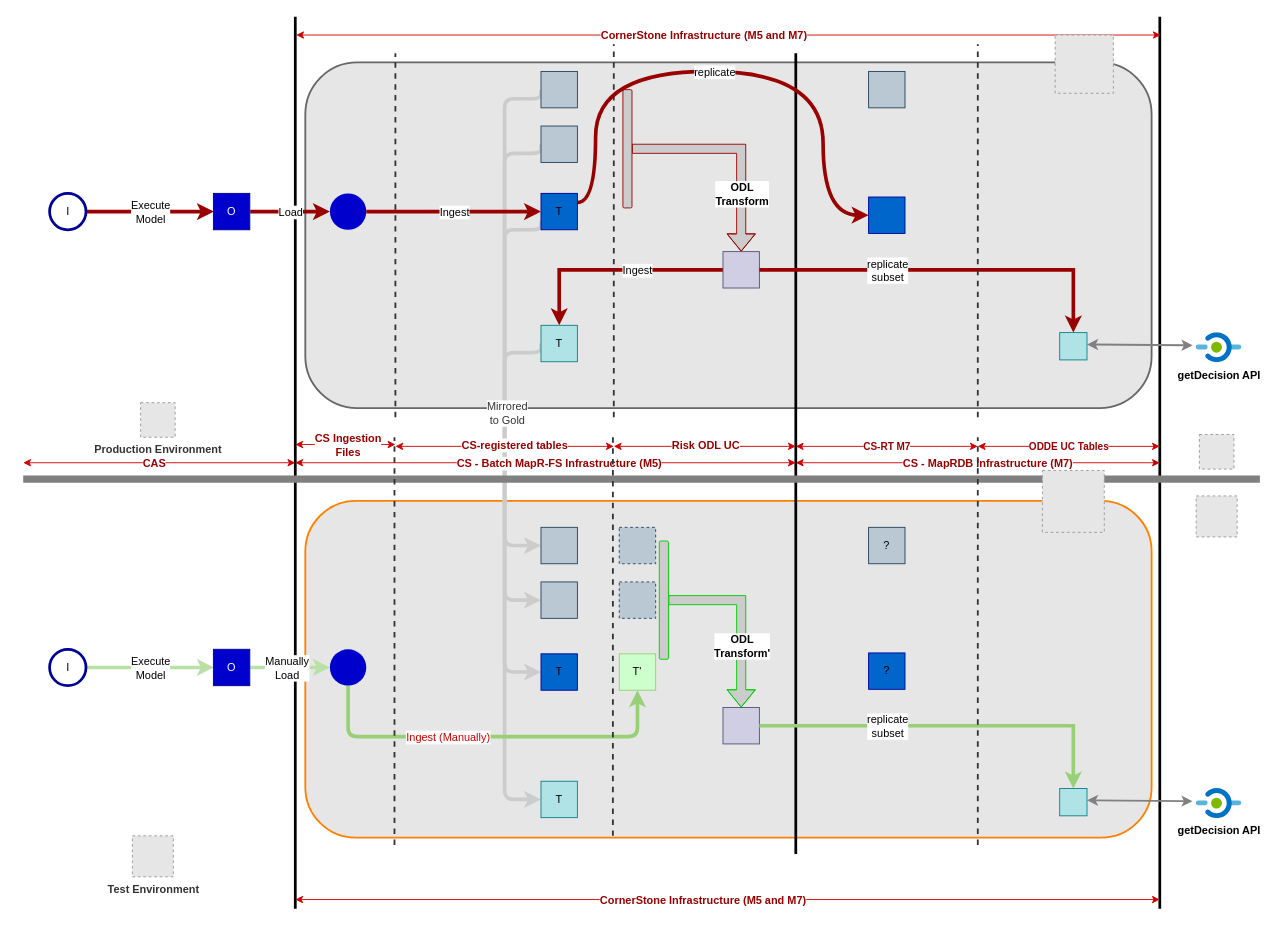
Before: DataflowCS.drawio in gaurjain/drawio, a draw.io diagram. Source tidied: cells renumbered, new cells numbered last; positions are measured from the earlier drawing's top-left corner, leaving out a move shared by most shapes. Both pictures are drawn from the tidied source at 91%, with x=0, y=0 at pixel (23, 16). Pictures stored in the file or linked from it are replaced by grey dashed boxes.
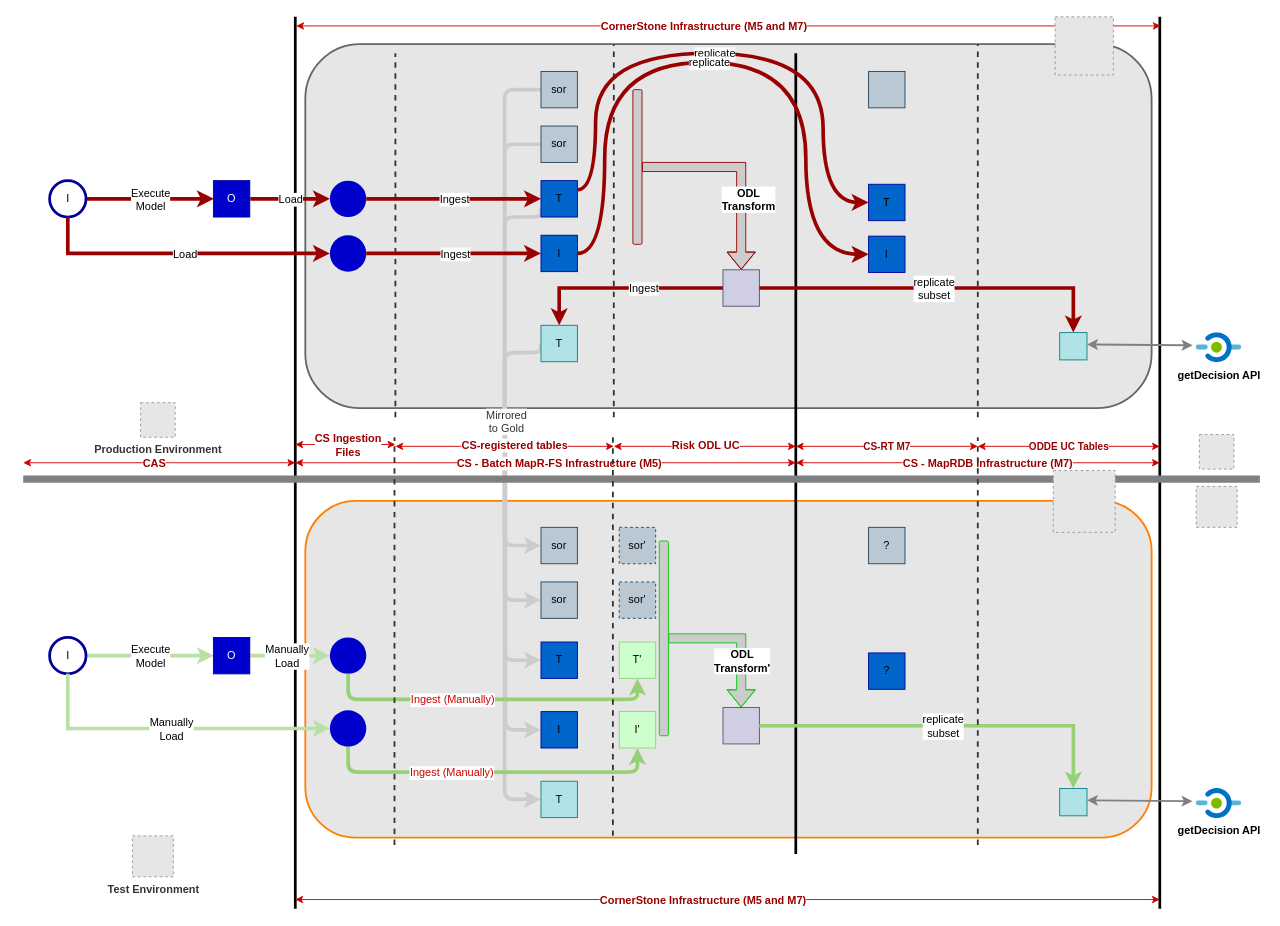
Above is the later version.

The change refers to these unchanged cells:
```xml
<mxCell id="13" style="edgeStyle=orthogonalEdgeStyle;curved=1;rounded=0;jettySize=auto;html=1;strokeColor=#990000;strokeWidth=1;shape=flexArrow;exitX=1;exitY=0.5;exitDx=0;exitDy=0;fillColor=#CCCCCC;" parent="1" edge="1" source="9" target="18">
  <mxGeometry relative="1" as="geometry" />
</mxCell>
<mxCell id="19" style="rounded=0;jettySize=auto;html=1;strokeColor=#990000;strokeWidth=4;edgeStyle=orthogonalEdgeStyle;exitX=1;exitY=0.5;exitDx=0;exitDy=0;" parent="1" edge="1" source="18" target="23">
  <mxGeometry relative="1" as="geometry" />
</mxCell>
<mxCell id="57" style="whiteSpace=wrap;html=1;strokeColor=#56517e;fillColor=#d0cee2;" parent="1" vertex="1">
  <mxGeometry x="769" y="759" width="40" height="40" as="geometry" />
</mxCell>
<mxCell id="58" style="rounded=0;jettySize=auto;html=1;strokeColor=#97D077;strokeWidth=4;edgeStyle=orthogonalEdgeStyle;exitX=1;exitY=0.5;exitDx=0;exitDy=0;" parent="1" edge="1" source="57" target="62">
  <mxGeometry relative="1" as="geometry" />
</mxCell>
```

Diff of the diagram source:
```diff
@@
+    <mxCell id="98" style="endArrow=classic;html=1;strokeColor=#CCCCCC;strokeWidth=4;fillColor=#B3B3B3;fontColor=#CC0000;exitX=0;exitY=0.75;exitDx=0;exitDy=0;entryX=0;entryY=0.5;entryDx=0;entryDy=0;edgeStyle=orthogonalEdgeStyle;" parent="1" edge="1" source="99" target="111">
+      <mxGeometry relative="1" as="geometry">
+        <Array as="points">
+          <mxPoint x="530" y="270" />
+          <mxPoint x="530" y="784" />
+        </Array>
+      </mxGeometry>
+    </mxCell>
     <mxCell id="3" style="rounded=1;whiteSpace=wrap;html=1;strokeColor=#666666;fillColor=#E6E6E6;strokeWidth=2;" parent="1" vertex="1">
-      <mxGeometry x="310" y="50" width="930" height="380" as="geometry" />
+      <mxGeometry x="310" y="30" width="930" height="400" as="geometry" />
     </mxCell>
@@
     <mxCell id="5" style="endArrow=classic;html=1;strokeColor=#CCCCCC;strokeWidth=4;fillColor=#B3B3B3;fontColor=#CC0000;exitX=0;exitY=0.75;exitDx=0;exitDy=0;entryX=0;entryY=0.5;entryDx=0;entryDy=0;edgeStyle=orthogonalEdgeStyle;" parent="1" edge="1" source="15" target="74">
       <mxGeometry relative="1" as="geometry">
         <Array as="points">
-          <mxPoint x="529" y="234" />
-          <mxPoint x="529" y="720" />
+          <mxPoint x="569" y="220" />
+          <mxPoint x="529" y="220" />
+          <mxPoint x="529" y="707" />
         </Array>
       </mxGeometry>
     </mxCell>
     <mxCell id="6" style="endArrow=classic;html=1;strokeColor=#CCCCCC;strokeWidth=4;fillColor=#B3B3B3;fontColor=#CC0000;exitX=0;exitY=0.5;exitDx=0;exitDy=0;entryX=0;entryY=0.5;entryDx=0;entryDy=0;edgeStyle=orthogonalEdgeStyle;" parent="1" edge="1" source="31" target="69">
       <mxGeometry relative="1" as="geometry">
         <Array as="points">
-          <mxPoint x="529" y="150" />
+          <mxPoint x="529" y="140" />
           <mxPoint x="529" y="641" />
         </Array>
       </mxGeometry>
     </mxCell>
     <mxCell id="7" style="endArrow=classic;html=1;strokeColor=#CCCCCC;strokeWidth=4;fillColor=#B3B3B3;fontColor=#CC0000;exitX=0;exitY=0.5;exitDx=0;exitDy=0;entryX=0;entryY=0.5;entryDx=0;entryDy=0;edgeStyle=orthogonalEdgeStyle;" parent="1" edge="1" source="32" target="70">
       <mxGeometry relative="1" as="geometry">
         <Array as="points">
-          <mxPoint x="529" y="90" />
+          <mxPoint x="529" y="80" />
           <mxPoint x="529" y="581" />
         </Array>
       </mxGeometry>
     </mxCell>
     <mxCell id="8" value="&lt;span style=&quot;font-weight: normal&quot;&gt;Mirrored &lt;br&gt;to Gold&lt;/span&gt;" style="text;html=1;align=center;verticalAlign=middle;labelBackgroundColor=#ffffff;fontColor=#333333;fontStyle=1;" parent="7" vertex="1">
-      <mxGeometry x="0.36" y="2" relative="1" as="geometry" />
+      <mxGeometry x="0.36" y="2" relative="1" as="geometry">
+        <mxPoint x="-1" y="9" as="offset" />
+      </mxGeometry>
     </mxCell>
-    <mxCell id="9" style="rounded=1;whiteSpace=wrap;html=1;strokeColor=#990000;fillColor=#CCCCCC;strokeWidth=1;" parent="1" vertex="1">
-      <mxGeometry x="659" y="80" width="10" height="130" as="geometry" />
-    </mxCell>
@@
     <mxCell id="14" value="&lt;b&gt;ODL &lt;br&gt;Transform&lt;/b&gt;" style="text;html=1;align=center;verticalAlign=middle;labelBackgroundColor=#ffffff;" parent="13" vertex="1">
       <mxGeometry x="-0.3" y="-2" relative="1" as="geometry">
-        <mxPoint x="38" y="47" as="offset" />
+        <mxPoint x="38" y="33" as="offset" />
       </mxGeometry>
     </mxCell>
     <mxCell id="15" value="T" style="whiteSpace=wrap;html=1;strokeColor=#000099;fillColor=#0066CC;verticalAlign=middle;" parent="1" vertex="1">
-      <mxGeometry x="569" y="194" width="40" height="40" as="geometry" />
+      <mxGeometry x="569" y="180" width="40" height="40" as="geometry" />
     </mxCell>
@@
     <mxCell id="18" style="whiteSpace=wrap;html=1;strokeColor=#56517e;fillColor=#d0cee2;" parent="1" vertex="1">
-      <mxGeometry x="769" y="258" width="40" height="40" as="geometry" />
+      <mxGeometry x="769" y="278" width="40" height="40" as="geometry" />
     </mxCell>
@@
     <mxCell id="20" value="replicate &lt;br&gt;subset" style="text;html=1;align=center;verticalAlign=middle;labelBackgroundColor=#ffffff;" parent="19" vertex="1">
       <mxGeometry x="-0.3" y="-1" relative="1" as="geometry">
-        <mxPoint x="-5" y="-1" as="offset" />
+        <mxPoint x="53" y="-1" as="offset" />
       </mxGeometry>
     </mxCell>
@@
     <mxCell id="24" style="rounded=0;jettySize=auto;html=1;entryX=0;entryY=0.5;entryDx=0;entryDy=0;exitX=1;exitY=0.5;exitDx=0;exitDy=0;strokeColor=#990000;strokeWidth=4;verticalAlign=middle;" parent="1" edge="1" source="26">
       <mxGeometry relative="1" as="geometry">
-        <mxPoint x="209.5" y="214" as="targetPoint" />
+        <mxPoint x="209.5" y="200" as="targetPoint" />
       </mxGeometry>
     </mxCell>
@@
     <mxCell id="26" value="I" style="shape=ellipse;fillColor=none;strokeColor=#000099;html=1;verticalAlign=middle;strokeWidth=3;" parent="1" vertex="1">
-      <mxGeometry x="29" y="194" width="40" height="40" as="geometry" />
+      <mxGeometry x="29" y="180" width="40" height="40" as="geometry" />
     </mxCell>
     <mxCell id="27" style="shape=ellipse;fillColor=#0000CC;strokeColor=none;html=1;verticalAlign=middle;" parent="1" vertex="1">
-      <mxGeometry x="337" y="194" width="40" height="40" as="geometry" />
+      <mxGeometry x="337" y="180" width="40" height="40" as="geometry" />
     </mxCell>
@@
     <mxCell id="29" style="rounded=0;jettySize=auto;html=1;entryX=0;entryY=0.5;entryDx=0;entryDy=0;exitX=1;exitY=0.5;exitDx=0;exitDy=0;strokeColor=#990000;strokeWidth=4;verticalAlign=middle;fillColor=#0000CC;" parent="1" edge="1" target="27">
       <mxGeometry relative="1" as="geometry">
-        <mxPoint x="249.5" y="214" as="sourcePoint" />
+        <mxPoint x="249.5" y="200" as="sourcePoint" />
       </mxGeometry>
     </mxCell>
@@
-    <mxCell id="31" style="whiteSpace=wrap;html=1;strokeColor=#23445d;fillColor=#bac8d3;" parent="1" vertex="1">
+    <mxCell id="31" value="sor" style="whiteSpace=wrap;html=1;strokeColor=#23445d;fillColor=#bac8d3;" parent="1" vertex="1">
       <mxGeometry x="569" y="120" width="40" height="40" as="geometry" />
     </mxCell>
-    <mxCell id="32" style="whiteSpace=wrap;html=1;strokeColor=#23445d;fillColor=#bac8d3;" parent="1" vertex="1">
+    <mxCell id="32" value="sor" style="whiteSpace=wrap;html=1;strokeColor=#23445d;fillColor=#bac8d3;" parent="1" vertex="1">
       <mxGeometry x="569" y="60" width="40" height="40" as="geometry" />
     </mxCell>
@@
-    <mxCell id="48" style="whiteSpace=wrap;html=1;strokeColor=#000099;fillColor=#0066CC;" parent="1" vertex="1">
-      <mxGeometry x="929" y="198" width="40" height="40" as="geometry" />
+    <mxCell id="48" value="T" style="whiteSpace=wrap;html=1;strokeColor=#000099;fillColor=#0066CC;" parent="1" vertex="1">
+      <mxGeometry x="929" y="184" width="40" height="40" as="geometry" />
     </mxCell>
     <mxCell id="49" style="edgeStyle=orthogonalEdgeStyle;curved=1;rounded=0;jettySize=auto;html=1;strokeColor=#990000;strokeWidth=4;entryX=0;entryY=0.5;entryDx=0;entryDy=0;exitX=1;exitY=0.25;exitDx=0;exitDy=0;" parent="1" edge="1" source="15" target="48">
       <mxGeometry relative="1" as="geometry">
         <Array as="points">
-          <mxPoint x="629" y="204" />
-          <mxPoint x="629" y="60" />
-          <mxPoint x="879" y="60" />
-          <mxPoint x="879" y="218" />
+          <mxPoint x="629" y="190" />
+          <mxPoint x="629" y="40" />
+          <mxPoint x="879" y="40" />
+          <mxPoint x="879" y="204" />
         </Array>
       </mxGeometry>
     </mxCell>
@@
     <mxCell id="53" style="rounded=1;whiteSpace=wrap;html=1;strokeColor=#00CC00;fillColor=#CCCCCC;strokeWidth=1;" parent="1" vertex="1">
-      <mxGeometry x="699" y="576" width="10" height="130" as="geometry" />
+      <mxGeometry x="699" y="576" width="10" height="214" as="geometry" />
     </mxCell>
     <mxCell id="54" style="edgeStyle=orthogonalEdgeStyle;curved=1;rounded=0;jettySize=auto;html=1;strokeColor=#00CC00;strokeWidth=1;shape=flexArrow;exitX=1;exitY=0.5;exitDx=0;exitDy=0;fillColor=#CCCCCC;" parent="1" edge="1" source="53" target="57">
-      <mxGeometry relative="1" as="geometry" />
+      <mxGeometry relative="1" as="geometry">
+        <Array as="points">
+          <mxPoint x="789" y="683" />
+        </Array>
+      </mxGeometry>
     </mxCell>
     <mxCell id="55" value="&lt;b&gt;ODL &lt;br&gt;Transform'&lt;/b&gt;" style="text;html=1;align=center;verticalAlign=middle;labelBackgroundColor=#ffffff;" parent="54" vertex="1">
       <mxGeometry x="-0.3" y="-2" relative="1" as="geometry">
-        <mxPoint x="11" y="48" as="offset" />
+        <mxPoint x="25" y="22" as="offset" />
       </mxGeometry>
     </mxCell>
     <mxCell id="56" value="T'" style="whiteSpace=wrap;html=1;strokeColor=#97D077;fillColor=#CCFFCC;verticalAlign=middle;" parent="1" vertex="1">
-      <mxGeometry x="655" y="700" width="40" height="40" as="geometry" />
+      <mxGeometry x="655" y="687" width="40" height="40" as="geometry" />
     </mxCell>
@@
     <mxCell id="59" value="replicate &lt;br&gt;subset" style="text;html=1;align=center;verticalAlign=middle;labelBackgroundColor=#ffffff;" parent="58" vertex="1">
       <mxGeometry x="-0.3" y="-1" relative="1" as="geometry">
-        <mxPoint x="-5" y="-1" as="offset" />
+        <mxPoint x="56" y="-1" as="offset" />
       </mxGeometry>
     </mxCell>
@@
     <mxCell id="63" style="rounded=0;jettySize=auto;html=1;entryX=0;entryY=0.5;entryDx=0;entryDy=0;exitX=1;exitY=0.5;exitDx=0;exitDy=0;strokeColor=#B9E0A5;strokeWidth=4;verticalAlign=middle;" parent="1" edge="1" source="65">
       <mxGeometry relative="1" as="geometry">
-        <mxPoint x="209.5" y="715" as="targetPoint" />
+        <mxPoint x="209.5" y="702" as="targetPoint" />
       </mxGeometry>
     </mxCell>
@@
     <mxCell id="65" value="I" style="shape=ellipse;fillColor=none;strokeColor=#000099;html=1;verticalAlign=middle;strokeWidth=3;" parent="1" vertex="1">
-      <mxGeometry x="29" y="695" width="40" height="40" as="geometry" />
+      <mxGeometry x="29" y="682" width="40" height="40" as="geometry" />
     </mxCell>
     <mxCell id="66" style="shape=ellipse;fillColor=#0000CC;strokeColor=none;html=1;verticalAlign=middle;" parent="1" vertex="1">
-      <mxGeometry x="337" y="695" width="40" height="40" as="geometry" />
+      <mxGeometry x="337" y="682" width="40" height="40" as="geometry" />
     </mxCell>
     <mxCell id="67" style="rounded=0;jettySize=auto;html=1;entryX=0;entryY=0.5;entryDx=0;entryDy=0;exitX=1;exitY=0.5;exitDx=0;exitDy=0;strokeColor=#B9E0A5;strokeWidth=4;verticalAlign=middle;fillColor=#0000CC;" parent="1" edge="1" target="66">
       <mxGeometry relative="1" as="geometry">
-        <mxPoint x="249.5" y="715" as="sourcePoint" />
+        <mxPoint x="249.5" y="702" as="sourcePoint" />
       </mxGeometry>
     </mxCell>
@@
-    <mxCell id="69" style="whiteSpace=wrap;html=1;strokeColor=#23445d;fillColor=#bac8d3;" parent="1" vertex="1">
+    <mxCell id="69" value="sor" style="whiteSpace=wrap;html=1;strokeColor=#23445d;fillColor=#bac8d3;" parent="1" vertex="1">
       <mxGeometry x="569" y="621" width="40" height="40" as="geometry" />
     </mxCell>
-    <mxCell id="70" style="whiteSpace=wrap;html=1;strokeColor=#23445d;fillColor=#bac8d3;" parent="1" vertex="1">
+    <mxCell id="70" value="sor" style="whiteSpace=wrap;html=1;strokeColor=#23445d;fillColor=#bac8d3;" parent="1" vertex="1">
       <mxGeometry x="569" y="561" width="40" height="40" as="geometry" />
     </mxCell>
@@
     <mxCell id="74" value="T" style="whiteSpace=wrap;html=1;strokeColor=#000099;fillColor=#0066CC;verticalAlign=middle;" parent="1" vertex="1">
-      <mxGeometry x="569" y="700" width="40" height="40" as="geometry" />
+      <mxGeometry x="569" y="687" width="40" height="40" as="geometry" />
     </mxCell>
     <mxCell id="75" style="endArrow=classic;html=1;strokeColor=#97D077;strokeWidth=4;fillColor=#B3B3B3;fontColor=#CC0000;exitX=0.5;exitY=1;exitDx=0;exitDy=0;entryX=0.5;entryY=1;entryDx=0;entryDy=0;edgeStyle=orthogonalEdgeStyle;" parent="1" edge="1" source="66" target="56">
       <mxGeometry relative="1" as="geometry">
         <Array as="points">
-          <mxPoint x="357" y="791" />
-          <mxPoint x="675" y="791" />
+          <mxPoint x="357" y="750" />
+          <mxPoint x="675" y="750" />
         </Array>
       </mxGeometry>
     </mxCell>
@@
     <mxCell id="79" style="fillColor=#E6E6E6;strokeColor=#999999;dashed=1;html=1;verticalAlign=top;verticalLabelPosition=bottom;labelBackgroundColor=#ffffff;fontColor=#CC0000;" parent="1" vertex="1">
-      <mxGeometry x="1120" y="498.5" width="68" height="68" as="geometry" />
+      <mxGeometry x="1132" y="498.5" width="68" height="68" as="geometry" />
     </mxCell>
@@
     <mxCell id="84" value="O" style="whiteSpace=wrap;html=1;strokeColor=#000099;fillColor=#0000CC;verticalAlign=middle;fontColor=#FFFFFF;" parent="1" vertex="1">
-      <mxGeometry x="209" y="194" width="40" height="40" as="geometry" />
+      <mxGeometry x="209" y="180" width="40" height="40" as="geometry" />
     </mxCell>
     <mxCell id="85" value="O" style="whiteSpace=wrap;html=1;strokeColor=#000099;fillColor=#0000CC;verticalAlign=middle;fontColor=#FFFFFF;" parent="1" vertex="1">
-      <mxGeometry x="209" y="695" width="40" height="40" as="geometry" />
+      <mxGeometry x="209" y="682" width="40" height="40" as="geometry" />
     </mxCell>
@@
     <mxCell id="89" style="fillColor=#E6E6E6;strokeColor=#999999;dashed=1;html=1;verticalAlign=top;verticalLabelPosition=bottom;labelBackgroundColor=#ffffff;fontColor=#333333;fontStyle=1;" parent="1" vertex="1">
-      <mxGeometry x="1289" y="526.5" width="45" height="45" as="geometry" />
+      <mxGeometry x="1289" y="516" width="45" height="45" as="geometry" />
     </mxCell>
@@
     <mxCell id="93" style="endArrow=classic;startArrow=classic;html=1;strokeColor=#CC0000;strokeWidth=1;fontColor=#990000;" parent="1" edge="1">
       <mxGeometry relative="1" as="geometry">
-        <mxPoint x="300" y="20" as="sourcePoint" />
-        <mxPoint x="1250" y="20" as="targetPoint" />
+        <mxPoint x="300" y="10" as="sourcePoint" />
+        <mxPoint x="1250" y="10" as="targetPoint" />
       </mxGeometry>
     </mxCell>
@@
     <mxCell id="95" style="fillColor=#E6E6E6;strokeColor=#999999;dashed=1;html=1;verticalAlign=top;verticalLabelPosition=bottom;labelBackgroundColor=#ffffff;fontColor=#CC0000;fontStyle=1;" parent="1" vertex="1">
-      <mxGeometry x="1134" y="20" width="64" height="64" as="geometry" />
+      <mxGeometry x="1134" width="64" height="64" as="geometry" />
     </mxCell>
-    <mxCell id="96" style="whiteSpace=wrap;html=1;strokeColor=#23445d;fillColor=#bac8d3;dashed=1;" parent="1" vertex="1">
+    <mxCell id="96" value="sor'" style="whiteSpace=wrap;html=1;strokeColor=#23445d;fillColor=#bac8d3;dashed=1;" parent="1" vertex="1">
       <mxGeometry x="655" y="621" width="40" height="40" as="geometry" />
     </mxCell>
-    <mxCell id="97" style="whiteSpace=wrap;html=1;strokeColor=#23445d;fillColor=#bac8d3;dashed=1;" parent="1" vertex="1">
+    <mxCell id="97" value="sor'" style="whiteSpace=wrap;html=1;strokeColor=#23445d;fillColor=#bac8d3;dashed=1;" parent="1" vertex="1">
       <mxGeometry x="655" y="561" width="40" height="40" as="geometry" />
     </mxCell>
+    <mxCell id="99" value="I" style="whiteSpace=wrap;html=1;strokeColor=#000099;fillColor=#0066CC;verticalAlign=middle;" parent="1" vertex="1">
+      <mxGeometry x="569" y="240" width="40" height="40" as="geometry" />
+    </mxCell>
+    <mxCell id="100" style="shape=ellipse;fillColor=#0000CC;strokeColor=none;html=1;verticalAlign=middle;" parent="1" vertex="1">
+      <mxGeometry x="337" y="240" width="40" height="40" as="geometry" />
+    </mxCell>
+    <mxCell id="101" style="rounded=0;jettySize=auto;html=1;entryX=0;entryY=0.5;entryDx=0;entryDy=0;exitX=0.5;exitY=1;exitDx=0;exitDy=0;strokeColor=#990000;strokeWidth=4;verticalAlign=middle;fillColor=#0000CC;edgeStyle=orthogonalEdgeStyle;" parent="1" edge="1" source="26" target="100">
+      <mxGeometry relative="1" as="geometry" />
+    </mxCell>
+    <mxCell id="102" value="Load" style="text;html=1;align=center;verticalAlign=middle;labelBackgroundColor=#ffffff;fillColor=#0000CC;" parent="101" vertex="1">
+      <mxGeometry x="0.03" y="-1" relative="1" as="geometry">
+        <mxPoint x="-1" y="-1" as="offset" />
+      </mxGeometry>
+    </mxCell>
+    <mxCell id="103" style="rounded=0;jettySize=auto;html=1;exitX=1;exitY=0.5;exitDx=0;exitDy=0;strokeColor=#990000;strokeWidth=4;edgeStyle=orthogonalEdgeStyle;curved=1;verticalAlign=middle;" parent="1" edge="1" source="100">
+      <mxGeometry relative="1" as="geometry">
+        <mxPoint x="569" y="260" as="targetPoint" />
+      </mxGeometry>
+    </mxCell>
+    <mxCell id="104" value="Ingest" style="text;html=1;align=center;verticalAlign=middle;labelBackgroundColor=#ffffff;" parent="103" vertex="1">
+      <mxGeometry x="-0.07" y="1" relative="1" as="geometry">
+        <mxPoint x="7" y="1" as="offset" />
+      </mxGeometry>
+    </mxCell>
+    <mxCell id="105" value="I" style="whiteSpace=wrap;html=1;strokeColor=#000099;fillColor=#0066CC;verticalAlign=middle;" parent="1" vertex="1">
+      <mxGeometry x="929" y="241" width="40" height="40" as="geometry" />
+    </mxCell>
+    <mxCell id="106" style="edgeStyle=orthogonalEdgeStyle;curved=1;rounded=0;jettySize=auto;html=1;strokeColor=#990000;strokeWidth=4;entryX=0;entryY=0.5;entryDx=0;entryDy=0;exitX=1;exitY=0.5;exitDx=0;exitDy=0;" parent="1" edge="1" source="99" target="105">
+      <mxGeometry relative="1" as="geometry">
+        <Array as="points">
+          <mxPoint x="639" y="260" />
+          <mxPoint x="639" y="50" />
+          <mxPoint x="860" y="50" />
+          <mxPoint x="860" y="261" />
+        </Array>
+      </mxGeometry>
+    </mxCell>
+    <mxCell id="107" value="replicate" style="text;html=1;align=center;verticalAlign=middle;labelBackgroundColor=#ffffff;" parent="106" vertex="1">
+      <mxGeometry x="0.01" y="3" relative="1" as="geometry">
+        <mxPoint x="-20" y="3" as="offset" />
+      </mxGeometry>
+    </mxCell>
+    <mxCell id="108" style="shape=ellipse;fillColor=#0000CC;strokeColor=none;html=1;verticalAlign=middle;" parent="1" vertex="1">
+      <mxGeometry x="337" y="762" width="40" height="40" as="geometry" />
+    </mxCell>
+    <mxCell id="109" style="rounded=0;jettySize=auto;html=1;entryX=0;entryY=0.5;entryDx=0;entryDy=0;exitX=0.5;exitY=1;exitDx=0;exitDy=0;strokeColor=#B9E0A5;strokeWidth=4;verticalAlign=middle;fillColor=#0000CC;edgeStyle=orthogonalEdgeStyle;" parent="1" edge="1" source="65" target="108">
+      <mxGeometry relative="1" as="geometry" />
+    </mxCell>
+    <mxCell id="110" value="Manually&lt;br&gt;Load" style="text;html=1;align=center;verticalAlign=middle;labelBackgroundColor=#ffffff;fillColor=#0000CC;" parent="109" vertex="1">
+      <mxGeometry x="0.03" y="-1" relative="1" as="geometry">
+        <mxPoint x="-5.5" y="-1" as="offset" />
+      </mxGeometry>
+    </mxCell>
+    <mxCell id="111" value="I" style="whiteSpace=wrap;html=1;strokeColor=#000099;fillColor=#0066CC;verticalAlign=middle;" parent="1" vertex="1">
+      <mxGeometry x="569" y="763.5" width="40" height="40" as="geometry" />
+    </mxCell>
+    <mxCell id="112" value="I'" style="whiteSpace=wrap;html=1;strokeColor=#97D077;fillColor=#CCFFCC;verticalAlign=middle;" parent="1" vertex="1">
+      <mxGeometry x="655" y="763.5" width="40" height="40" as="geometry" />
+    </mxCell>
+    <mxCell id="113" style="endArrow=classic;html=1;strokeColor=#97D077;strokeWidth=4;fillColor=#B3B3B3;fontColor=#CC0000;exitX=0.5;exitY=1;exitDx=0;exitDy=0;entryX=0.5;entryY=1;entryDx=0;entryDy=0;edgeStyle=orthogonalEdgeStyle;" parent="1" edge="1" source="108" target="112">
+      <mxGeometry relative="1" as="geometry">
+        <Array as="points">
+          <mxPoint x="357" y="830" />
+          <mxPoint x="675" y="830" />
+        </Array>
+      </mxGeometry>
+    </mxCell>
+    <mxCell id="114" value="Ingest (Manually)" style="text;html=1;align=center;verticalAlign=middle;labelBackgroundColor=#ffffff;fontColor=#CC0000;" parent="113" vertex="1">
+      <mxGeometry x="-0.18" y="1" relative="1" as="geometry">
+        <mxPoint x="-12" y="1" as="offset" />
+      </mxGeometry>
+    </mxCell>
+    <mxCell id="9" style="rounded=1;whiteSpace=wrap;html=1;strokeColor=#990000;fillColor=#CCCCCC;strokeWidth=1;" parent="1" vertex="1">
+      <mxGeometry x="670" y="80" width="10" height="170" as="geometry" />
+    </mxCell>
```
